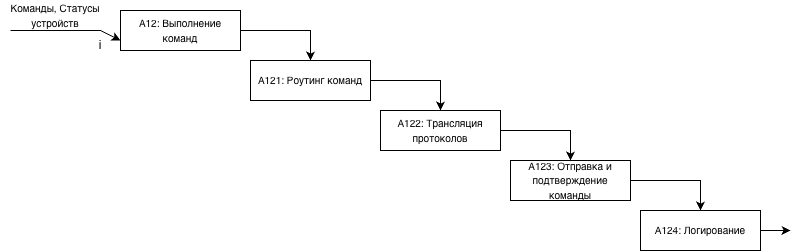
Earlier version of the draw.io export Диаграммы (3 Лабораторная работа)/Диаграмма второго уровня А12 (3 Лабораторная).png (motshexe/3103-PGUTISHKI). Source tidied: cells renumbered, new cells last; positions are measured from the earlier drawing's top-left corner, leaving out a move shared by most shapes. The source it was exported from:
```xml
<mxGraphModel>
  <root>
    <mxCell id="0" />
    <mxCell id="1" parent="0" />
    <mxCell id="2" style="edgeStyle=orthogonalEdgeStyle;rounded=0;jettySize=auto;html=1;exitX=1;exitY=0.5;exitDx=0;exitDy=0;entryX=0.5;entryY=0;entryDx=0;entryDy=0;" parent="1" edge="1" source="3" target="8">
      <mxGeometry relative="1" as="geometry" />
    </mxCell>
    <mxCell id="3" value="&lt;font style=&quot;font-size: 10px;&quot;&gt;A12:&amp;nbsp;&lt;/font&gt;&lt;span style=&quot;font-size: 10px;&quot;&gt;Выполнение команд&lt;/span&gt;" style="rounded=0;whiteSpace=wrap;html=1;" parent="1" vertex="1">
      <mxGeometry x="120" y="10" width="120" height="40" as="geometry" />
    </mxCell>
    <mxCell id="4" value="&lt;font style=&quot;font-size: 10px;&quot;&gt;Команды, Статусы устройств&lt;/font&gt;" style="text;html=1;whiteSpace=wrap;strokeColor=none;fillColor=none;align=center;verticalAlign=middle;rounded=0;" parent="1" vertex="1">
      <mxGeometry width="110" height="30" as="geometry" />
    </mxCell>
    <mxCell id="5" style="edgeStyle=none;jettySize=auto;html=1;rounded=0;entryX=0;entryY=0.75;entryDx=0;entryDy=0;" parent="1" edge="1" target="3">
      <mxGeometry relative="1" as="geometry">
        <mxPoint x="10" y="30" as="sourcePoint" />
        <Array as="points">
          <mxPoint x="50" y="30" />
          <mxPoint x="100" y="30" />
        </Array>
      </mxGeometry>
    </mxCell>
    <mxCell id="6" value="i" style="text;html=1;whiteSpace=wrap;strokeColor=none;fillColor=none;align=center;verticalAlign=middle;rounded=0;" parent="1" vertex="1">
      <mxGeometry x="70" y="30" width="60" height="30" as="geometry" />
    </mxCell>
    <mxCell id="7" style="edgeStyle=orthogonalEdgeStyle;rounded=0;jettySize=auto;html=1;exitX=1;exitY=0.5;exitDx=0;exitDy=0;entryX=0.5;entryY=0;entryDx=0;entryDy=0;" parent="1" edge="1" source="8" target="10">
      <mxGeometry relative="1" as="geometry" />
    </mxCell>
    <mxCell id="8" value="&lt;font style=&quot;font-size: 10px;&quot;&gt;A121: Роутинг команд&lt;/font&gt;" style="rounded=0;whiteSpace=wrap;html=1;" parent="1" vertex="1">
      <mxGeometry x="250" y="60" width="120" height="40" as="geometry" />
    </mxCell>
    <mxCell id="9" style="edgeStyle=orthogonalEdgeStyle;rounded=0;jettySize=auto;html=1;exitX=1;exitY=0.5;exitDx=0;exitDy=0;entryX=0.5;entryY=0;entryDx=0;entryDy=0;" parent="1" edge="1" source="10" target="12">
      <mxGeometry relative="1" as="geometry" />
    </mxCell>
    <mxCell id="10" value="&lt;font style=&quot;font-size: 10px;&quot;&gt;A122: Трансляция протоколов&lt;/font&gt;" style="rounded=0;whiteSpace=wrap;html=1;" parent="1" vertex="1">
      <mxGeometry x="380" y="110" width="120" height="40" as="geometry" />
    </mxCell>
    <mxCell id="11" style="edgeStyle=orthogonalEdgeStyle;rounded=0;jettySize=auto;html=1;exitX=1;exitY=0.5;exitDx=0;exitDy=0;entryX=0.5;entryY=0;entryDx=0;entryDy=0;" parent="1" edge="1" source="12" target="14">
      <mxGeometry relative="1" as="geometry" />
    </mxCell>
    <mxCell id="12" value="&lt;font style=&quot;font-size: 10px;&quot;&gt;A123: Отправка и подтверждение команды&lt;/font&gt;&lt;span style=&quot;color: rgba(0, 0, 0, 0); font-family: monospace; font-size: 0px; text-align: start; text-wrap-mode: nowrap;&quot;&gt;3CmxGraphModel%3E%3Croot%3E%3CmxCell%20id%3D%220%22%2F%3E%3CmxCell%20id%3D%221%22%20parent%3D%220%22%2F%3E%3CmxCell%20id%3D%222%22%20value%3D%22%26lt%3Bfont%20style%3D%26quot%3Bfont-size%3A%2010px%3B%26quot%3B%26gt%3BA12%3A%20%D0%92%D1%8B%D0%BF%D0%BE%D0%BB%D0%BD%D0%B5%D0%BD%D0%B8%D0%B5%20%D0%BA%D0%BE%D0%BC%D0%B0%D0%BD%D0%B4%26lt%3B%2Ffont%26gt%3B%22%20style%3D%22rounded%3D0%3BwhiteSpace%3Dwrap%3Bhtml%3D1%3B%22%20vertex%3D%221%22%20parent%3D%221%22%3E%3CmxGeometry%20x%3D%22380%22%20y%3D%22180%22%20width%3D%22120%22%20height%3D%2240%22%20as%3D%22geometry%22%2F%3E%3C%2FmxCell%3E%3C%2Froot%3E%3C%2FmxGraphModel%3E&lt;/span&gt;" style="rounded=0;whiteSpace=wrap;html=1;" parent="1" vertex="1">
      <mxGeometry x="510" y="160" width="120" height="40" as="geometry" />
    </mxCell>
    <mxCell id="13" style="edgeStyle=orthogonalEdgeStyle;rounded=0;jettySize=auto;html=1;exitX=1;exitY=0.5;exitDx=0;exitDy=0;" parent="1" edge="1" source="14">
      <mxGeometry relative="1" as="geometry">
        <mxPoint x="790" y="230.2" as="targetPoint" />
      </mxGeometry>
    </mxCell>
    <mxCell id="14" value="&lt;font style=&quot;font-size: 10px;&quot;&gt;A124: Логирование&lt;/font&gt;&lt;span style=&quot;color: rgba(0, 0, 0, 0); font-family: monospace; font-size: 0px; text-align: start; text-wrap-mode: nowrap;&quot;&gt;%3CmxGraphModel%3E%3Croot%3E%3CmxCell%20id%3D%220%22%2F%3E%3CmxCell%20id%3D%221%22%20parent%3D%220%22%2F%3E%3CmxCell%20id%3D%222%22%20value%3D%22%26lt%3Bfont%20style%3D%26quot%3Bfont-size%3A%2010px%3B%26quot%3B%26gt%3BA12%3A%20%D0%92%D1%8B%D0%BF%D0%BE%D0%BB%D0%BD%D0%B5%D0%BD%D0%B8%D0%B5%20%D0%BA%D0%BE%D0%BC%D0%B0%D0%BD%D0%B4%26lt%3B%2Ffont%26gt%3B%22%20style%3D%22rounded%3D0%3BwhiteSpace%3Dwrap%3Bhtml%3D1%3B%22%20vertex%3D%221%22%20parent%3D%221%22%3E%3CmxGeometry%20x%3D%22380%22%20y%3D%22180%22%20width%3D%22120%22%20height%3D%2240%22%20as%3D%22geometry%22%2F%3E%3C%2FmxCell%3E%3C%2Froot%3E%3C%2FmxGraphModel%3E&lt;/span&gt;" style="rounded=0;whiteSpace=wrap;html=1;" parent="1" vertex="1">
      <mxGeometry x="640" y="210" width="120" height="40" as="geometry" />
    </mxCell>
  </root>
</mxGraphModel>
```
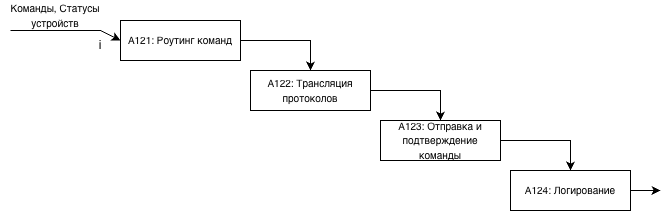
After the change.

Diff of the diagram source:
```diff
@@ -2,26 +2,21 @@
   <root>
     <mxCell id="0" />
     <mxCell id="1" parent="0" />
-    <mxCell id="2" style="edgeStyle=orthogonalEdgeStyle;rounded=0;jettySize=auto;html=1;exitX=1;exitY=0.5;exitDx=0;exitDy=0;entryX=0.5;entryY=0;entryDx=0;entryDy=0;" parent="1" edge="1" source="3" target="8">
-      <mxGeometry relative="1" as="geometry" />
-    </mxCell>
-    <mxCell id="3" value="&lt;font style=&quot;font-size: 10px;&quot;&gt;A12:&amp;nbsp;&lt;/font&gt;&lt;span style=&quot;font-size: 10px;&quot;&gt;Выполнение команд&lt;/span&gt;" style="rounded=0;whiteSpace=wrap;html=1;" parent="1" vertex="1">
-      <mxGeometry x="120" y="10" width="120" height="40" as="geometry" />
-    </mxCell>
     <mxCell id="4" value="&lt;font style=&quot;font-size: 10px;&quot;&gt;Команды, Статусы устройств&lt;/font&gt;" style="text;html=1;whiteSpace=wrap;strokeColor=none;fillColor=none;align=center;verticalAlign=middle;rounded=0;" parent="1" vertex="1">
-      <mxGeometry width="110" height="30" as="geometry" />
+      <mxGeometry x="130" y="40" width="110" height="30" as="geometry" />
     </mxCell>
-    <mxCell id="5" style="edgeStyle=none;jettySize=auto;html=1;rounded=0;entryX=0;entryY=0.75;entryDx=0;entryDy=0;" parent="1" edge="1" target="3">
+    <mxCell id="5" style="edgeStyle=none;orthogonalLoop=1;jettySize=auto;html=1;rounded=0;entryX=0;entryY=0.75;entryDx=0;entryDy=0;" parent="1" edge="1">
       <mxGeometry relative="1" as="geometry">
-        <mxPoint x="10" y="30" as="sourcePoint" />
+        <mxPoint x="140" y="70" as="sourcePoint" />
+        <mxPoint x="250" y="80" as="targetPoint" />
         <Array as="points">
-          <mxPoint x="50" y="30" />
-          <mxPoint x="100" y="30" />
+          <mxPoint x="180" y="70" />
+          <mxPoint x="230" y="70" />
         </Array>
       </mxGeometry>
     </mxCell>
     <mxCell id="6" value="i" style="text;html=1;whiteSpace=wrap;strokeColor=none;fillColor=none;align=center;verticalAlign=middle;rounded=0;" parent="1" vertex="1">
-      <mxGeometry x="70" y="30" width="60" height="30" as="geometry" />
+      <mxGeometry x="200" y="70" width="60" height="30" as="geometry" />
     </mxCell>
     <mxCell id="7" style="edgeStyle=orthogonalEdgeStyle;rounded=0;jettySize=auto;html=1;exitX=1;exitY=0.5;exitDx=0;exitDy=0;entryX=0.5;entryY=0;entryDx=0;entryDy=0;" parent="1" edge="1" source="8" target="10">
       <mxGeometry relative="1" as="geometry" />
```
